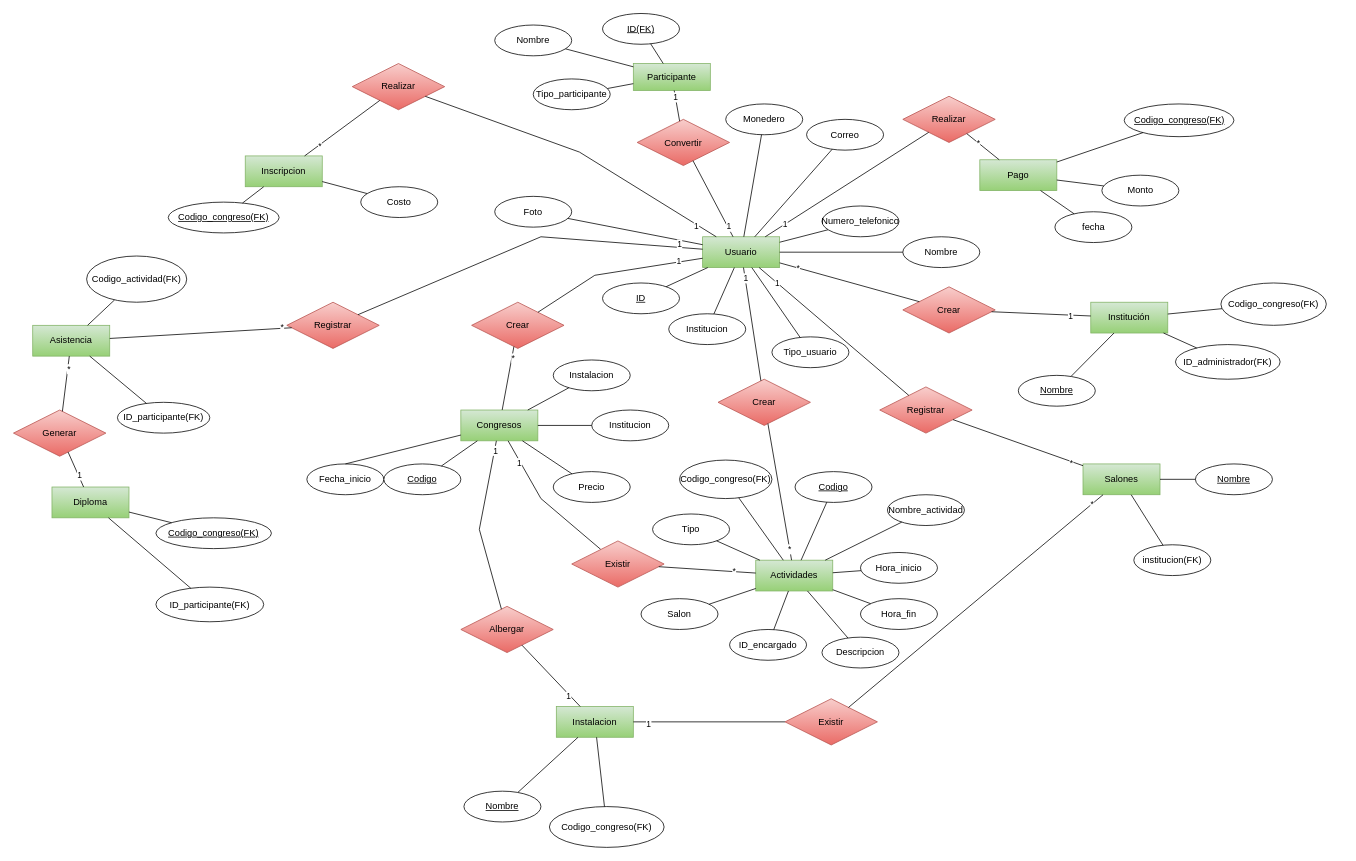
The draw.io diagram Diagrama E_R Proyecto 1 IPC2.drawio in julioOv-1104/Proyecto1-IPC2-AppWeb, before the edit. Source tidied: cells renumbered, new cells numbered last; positions are measured from the earlier drawing's top-left corner, leaving out a move shared by most shapes. Both pictures are drawn from the tidied source at 77%, with x=0, y=0 at pixel (13, 13).
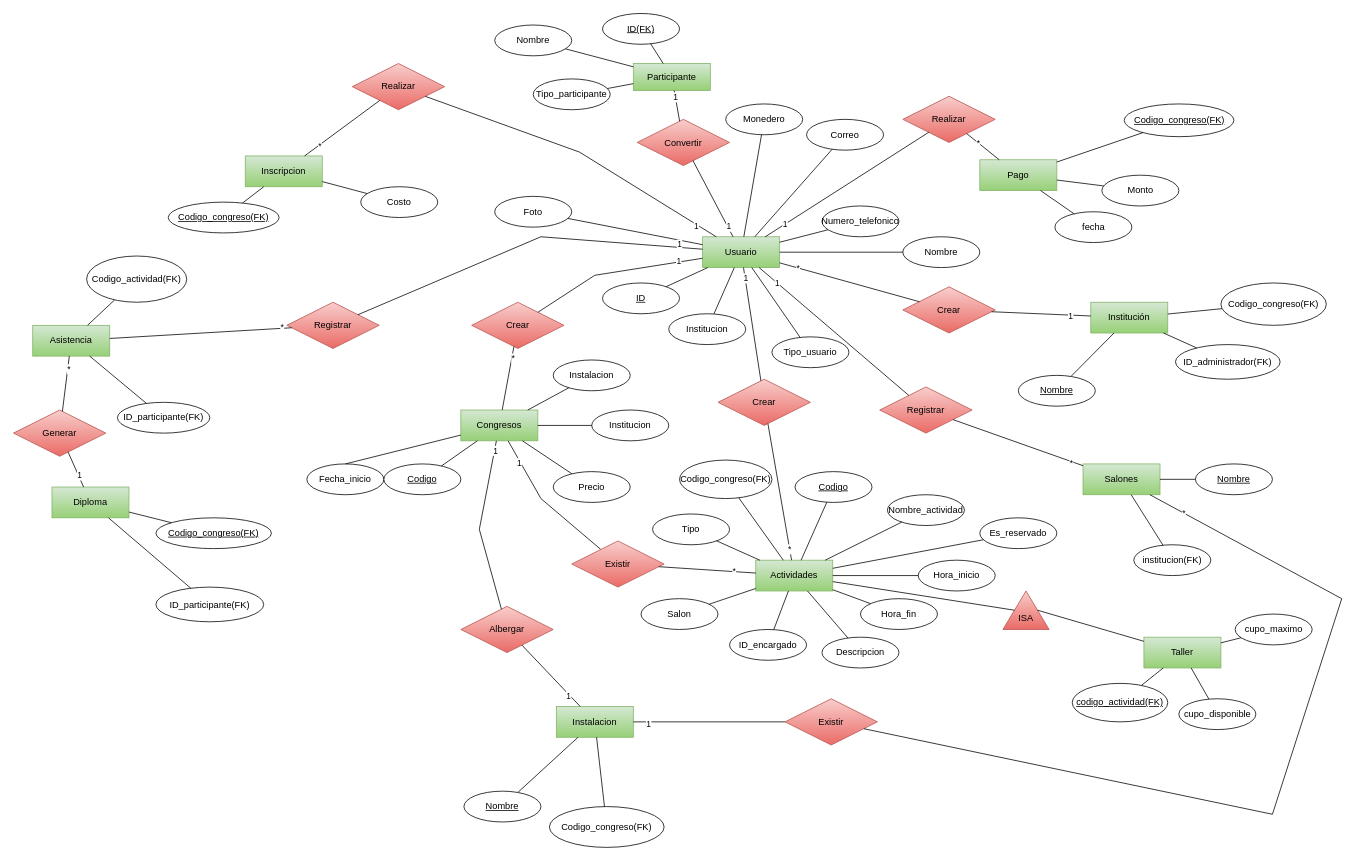
The same page after the edit.

Commit message (it also covers changes not shown here):
arreglos en mapeo fisico y estructura del diagrama E/R

The change refers to these unchanged cells:
```xml
<mxCell id="8" value="Actividades" style="whiteSpace=wrap;html=1;align=center;fillColor=#d5e8d4;gradientColor=#97d077;strokeColor=#82b366;" parent="1" vertex="1">
  <mxGeometry x="964" y="710" width="100" height="40" as="geometry" />
</mxCell>
<mxCell id="9" value="Salones" style="whiteSpace=wrap;html=1;align=center;fillColor=#d5e8d4;gradientColor=#97d077;strokeColor=#82b366;" parent="1" vertex="1">
  <mxGeometry x="1389" y="585" width="100" height="40" as="geometry" />
</mxCell>
<mxCell id="126" value="Existir" style="shape=rhombus;perimeter=rhombusPerimeter;whiteSpace=wrap;html=1;align=center;fillColor=#f8cecc;strokeColor=#b85450;gradientColor=#ea6b66;" parent="1" vertex="1">
  <mxGeometry x="1002" y="890" width="120" height="60" as="geometry" />
</mxCell>
```

What changed in the source:
```diff
@@
     <mxCell id="52" value="Hora_inicio" style="ellipse;whiteSpace=wrap;html=1;align=center;" parent="1" vertex="1">
-      <mxGeometry x="1100" y="700" width="100" height="40" as="geometry" />
+      <mxGeometry x="1175" y="710" width="100" height="40" as="geometry" />
     </mxCell>
@@
     <mxCell id="134" style="endArrow=none;html=1;rounded=0;" parent="1" edge="1" source="9" target="126">
-      <mxGeometry relative="1" as="geometry" />
+      <mxGeometry relative="1" as="geometry">
+        <Array as="points">
+          <mxPoint x="1725" y="760" />
+          <mxPoint x="1635" y="1040" />
+        </Array>
+      </mxGeometry>
     </mxCell>
@@
+    <mxCell id="155" style="verticalLabelPosition=bottom;verticalAlign=top;html=1;shape=mxgraph.basic.acute_triangle;dx=0.5;fillColor=#f8cecc;gradientColor=#ea6b66;strokeColor=#b85450;" parent="1" vertex="1">
+      <mxGeometry x="1285" y="750" width="60" height="50" as="geometry" />
+    </mxCell>
+    <mxCell id="156" value="ISA" style="text;html=1;align=center;verticalAlign=middle;whiteSpace=wrap;rounded=0;" parent="1" vertex="1">
+      <mxGeometry x="1285" y="770" width="60" height="30" as="geometry" />
+    </mxCell>
+    <mxCell id="157" value="Taller" style="whiteSpace=wrap;html=1;align=center;fillColor=#d5e8d4;gradientColor=#97d077;strokeColor=#82b366;" parent="1" vertex="1">
+      <mxGeometry x="1468.1" y="810" width="100" height="40" as="geometry" />
+    </mxCell>
+    <mxCell id="158" value="cupo_maximo" style="ellipse;whiteSpace=wrap;html=1;align=center;" parent="1" vertex="1">
+      <mxGeometry x="1586.6" y="780" width="100" height="40" as="geometry" />
+    </mxCell>
+    <mxCell id="159" value="cupo_disponible" style="ellipse;whiteSpace=wrap;html=1;align=center;" parent="1" vertex="1">
+      <mxGeometry x="1513.5" y="890" width="100" height="40" as="geometry" />
+    </mxCell>
+    <mxCell id="160" value="codigo_actividad(FK)" style="ellipse;whiteSpace=wrap;html=1;align=center;fontStyle=4;" parent="1" vertex="1">
+      <mxGeometry x="1375" y="870" width="124.1" height="50" as="geometry" />
+    </mxCell>
+    <mxCell id="161" style="endArrow=none;html=1;rounded=0;" parent="1" edge="1" source="157" target="159">
+      <mxGeometry relative="1" as="geometry" />
+    </mxCell>
+    <mxCell id="162" style="endArrow=none;html=1;rounded=0;" parent="1" edge="1" source="157" target="158">
+      <mxGeometry relative="1" as="geometry" />
+    </mxCell>
+    <mxCell id="163" style="endArrow=none;html=1;rounded=0;" parent="1" edge="1" source="160" target="157">
+      <mxGeometry relative="1" as="geometry" />
+    </mxCell>
+    <mxCell id="164" style="endArrow=none;html=1;rounded=0;entryX=0;entryY=0;entryDx=45;entryDy=25;entryPerimeter=0;" parent="1" edge="1" source="157" target="155">
+      <mxGeometry relative="1" as="geometry" />
+    </mxCell>
+    <mxCell id="165" style="endArrow=none;html=1;rounded=0;exitX=0;exitY=0;exitDx=15;exitDy=25;exitPerimeter=0;" parent="1" edge="1" source="155" target="8">
+      <mxGeometry relative="1" as="geometry" />
+    </mxCell>
+    <mxCell id="166" value="Es_reservado" style="ellipse;whiteSpace=wrap;html=1;align=center;" parent="1" vertex="1">
+      <mxGeometry x="1255" y="655" width="100" height="40" as="geometry" />
+    </mxCell>
+    <mxCell id="167" style="endArrow=none;html=1;rounded=0;" parent="1" edge="1" source="166" target="8">
+      <mxGeometry relative="1" as="geometry" />
+    </mxCell>
```
